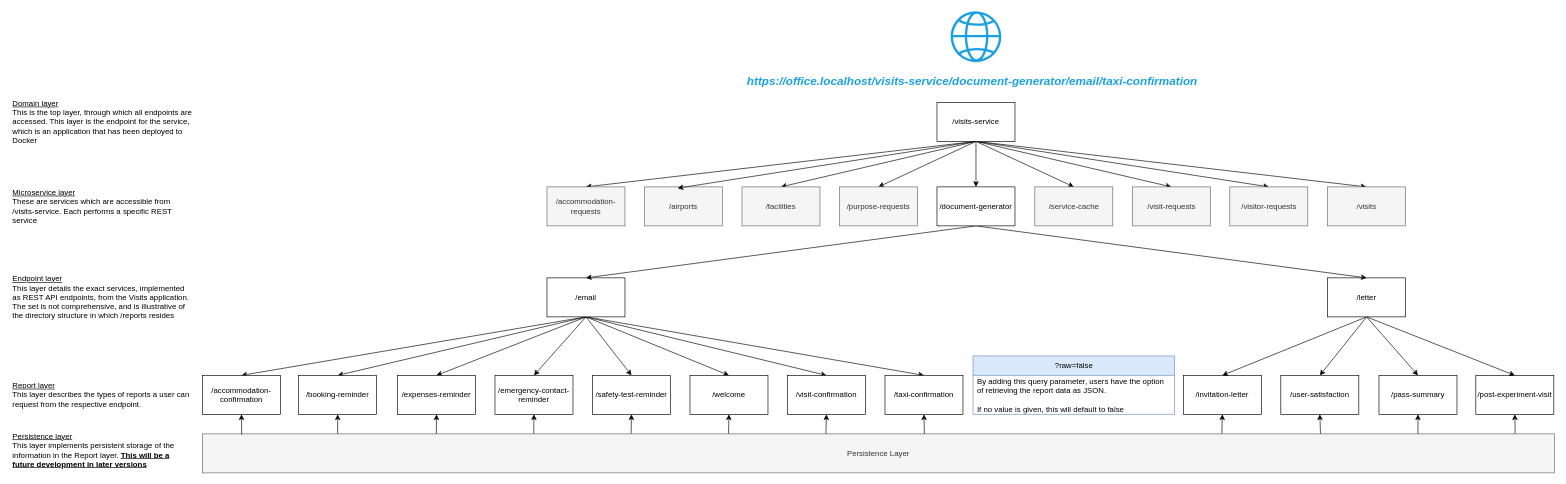
Above: Service URL hierarchy.drawio in ambolt314/FinalProjectDesign (draw.io), before the change. Source tidied: cells renumbered, new cells numbered last; positions are measured from the earlier drawing's top-left corner, leaving out a move shared by most shapes. Both pictures are drawn from the tidied source at 65%, with x=0, y=0 at pixel (11, 11).
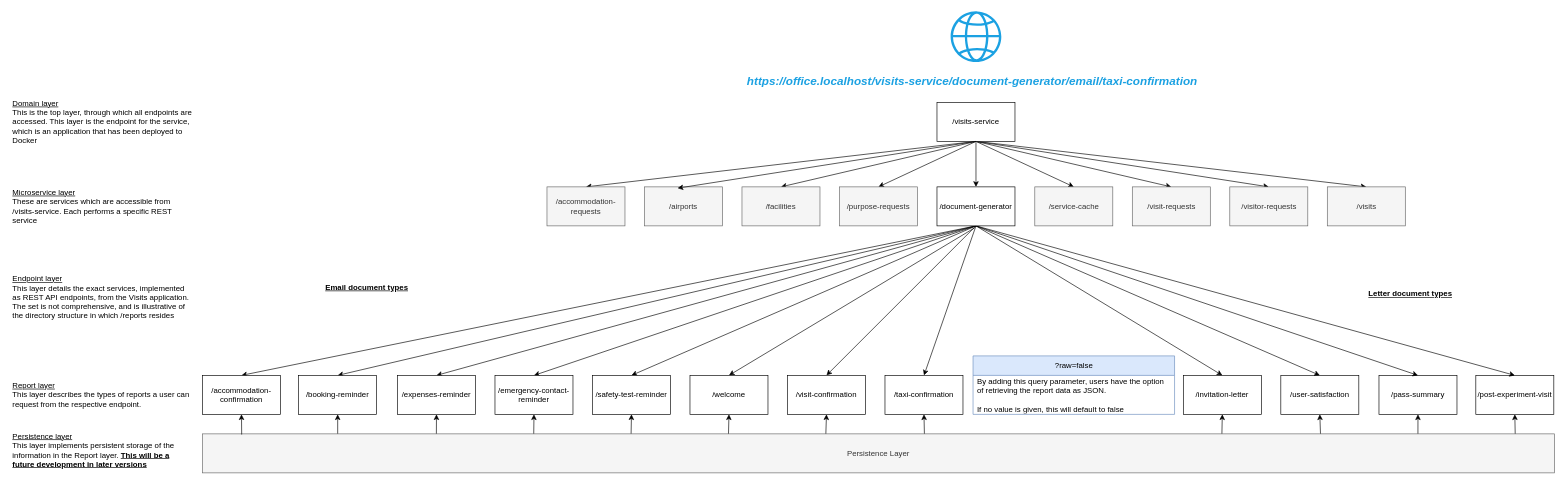
After the change.

Commit message:
Removed intermediate layer

Unchanged cells that the change refers to:
```xml
<mxCell id="21" value="/visit-confirmation" style="rounded=0;whiteSpace=wrap;html=1;" parent="1" vertex="1">
  <mxGeometry x="1194" y="560" width="120" height="60" as="geometry" />
</mxCell>
<mxCell id="29" value="/taxi-confirmation" style="rounded=0;whiteSpace=wrap;html=1;" parent="1" vertex="1">
  <mxGeometry x="1344" y="560" width="120" height="60" as="geometry" />
</mxCell>
<mxCell id="30" value="/booking-reminder" style="rounded=0;whiteSpace=wrap;html=1;" parent="1" vertex="1">
  <mxGeometry x="442" y="560" width="120" height="60" as="geometry" />
</mxCell>
<mxCell id="33" value="/accommodation-confirmation" style="rounded=0;whiteSpace=wrap;html=1;" parent="1" vertex="1">
  <mxGeometry x="294" y="560" width="120" height="60" as="geometry" />
</mxCell>
<mxCell id="36" value="/expenses-reminder" style="rounded=0;whiteSpace=wrap;html=1;" parent="1" vertex="1">
  <mxGeometry x="594" y="560" width="120" height="60" as="geometry" />
</mxCell>
<mxCell id="37" value="/invitation-letter" style="rounded=0;whiteSpace=wrap;html=1;" parent="1" vertex="1">
  <mxGeometry x="1803" y="560" width="120" height="60" as="geometry" />
</mxCell>
<mxCell id="38" value="/pass-summary" style="rounded=0;whiteSpace=wrap;html=1;" parent="1" vertex="1">
  <mxGeometry x="2104" y="560" width="120" height="60" as="geometry" />
</mxCell>
<mxCell id="39" value="/post-experiment-visit" style="rounded=0;whiteSpace=wrap;html=1;" parent="1" vertex="1">
  <mxGeometry x="2253" y="560" width="120" height="60" as="geometry" />
</mxCell>
<mxCell id="40" value="/safety-test-reminder" style="rounded=0;whiteSpace=wrap;html=1;" parent="1" vertex="1">
  <mxGeometry x="894" y="560" width="120" height="60" as="geometry" />
</mxCell>
<mxCell id="41" value="/emergency-contact-reminder" style="rounded=0;whiteSpace=wrap;html=1;" parent="1" vertex="1">
  <mxGeometry x="744" y="560" width="120" height="60" as="geometry" />
</mxCell>
<mxCell id="42" value="/user-satisfaction" style="rounded=0;whiteSpace=wrap;html=1;" parent="1" vertex="1">
  <mxGeometry x="1953" y="560" width="120" height="60" as="geometry" />
</mxCell>
<mxCell id="43" value="/welcome" style="rounded=0;whiteSpace=wrap;html=1;" parent="1" vertex="1">
  <mxGeometry x="1044" y="560" width="120" height="60" as="geometry" />
</mxCell>
<mxCell id="52" value="&lt;div&gt;/document-generator&lt;/div&gt;" style="rounded=0;whiteSpace=wrap;html=1;" parent="1" vertex="1">
  <mxGeometry x="1424" y="270" width="120" height="60" as="geometry" />
</mxCell>
```

Diff of the diagram source:
```diff
@@
-    <mxCell id="12" style="edgeStyle=none;rounded=0;jettySize=auto;html=1;entryX=0.5;entryY=0;entryDx=0;entryDy=0;exitX=0.5;exitY=1;exitDx=0;exitDy=0;" parent="1" edge="1" source="20" target="33">
+    <mxCell id="12" style="edgeStyle=none;rounded=0;jettySize=auto;html=1;entryX=0.5;entryY=0;entryDx=0;entryDy=0;exitX=0.5;exitY=1;exitDx=0;exitDy=0;" parent="1" edge="1" source="52" target="33">
       <mxGeometry relative="1" as="geometry" />
     </mxCell>
-    <mxCell id="13" style="edgeStyle=none;rounded=0;jettySize=auto;html=1;entryX=0.5;entryY=0;entryDx=0;entryDy=0;exitX=0.5;exitY=1;exitDx=0;exitDy=0;" parent="1" edge="1" source="20" target="30">
+    <mxCell id="13" style="edgeStyle=none;rounded=0;jettySize=auto;html=1;entryX=0.5;entryY=0;entryDx=0;entryDy=0;exitX=0.5;exitY=1;exitDx=0;exitDy=0;" parent="1" edge="1" source="52" target="30">
       <mxGeometry relative="1" as="geometry" />
     </mxCell>
-    <mxCell id="14" style="edgeStyle=none;rounded=0;jettySize=auto;html=1;entryX=0.5;entryY=0;entryDx=0;entryDy=0;exitX=0.5;exitY=1;exitDx=0;exitDy=0;" parent="1" edge="1" source="20" target="36">
+    <mxCell id="14" style="edgeStyle=none;rounded=0;jettySize=auto;html=1;entryX=0.5;entryY=0;entryDx=0;entryDy=0;exitX=0.5;exitY=1;exitDx=0;exitDy=0;" parent="1" edge="1" source="52" target="36">
       <mxGeometry relative="1" as="geometry" />
     </mxCell>
-    <mxCell id="15" style="edgeStyle=none;rounded=0;jettySize=auto;html=1;entryX=0.5;entryY=0;entryDx=0;entryDy=0;exitX=0.5;exitY=1;exitDx=0;exitDy=0;" parent="1" edge="1" source="20" target="41">
+    <mxCell id="15" style="edgeStyle=none;rounded=0;jettySize=auto;html=1;entryX=0.5;entryY=0;entryDx=0;entryDy=0;exitX=0.5;exitY=1;exitDx=0;exitDy=0;" parent="1" edge="1" source="52" target="41">
       <mxGeometry relative="1" as="geometry" />
     </mxCell>
-    <mxCell id="16" style="edgeStyle=none;rounded=0;jettySize=auto;html=1;entryX=0.5;entryY=0;entryDx=0;entryDy=0;exitX=0.5;exitY=1;exitDx=0;exitDy=0;" parent="1" edge="1" source="20" target="40">
+    <mxCell id="16" style="edgeStyle=none;rounded=0;jettySize=auto;html=1;entryX=0.5;entryY=0;entryDx=0;entryDy=0;exitX=0.5;exitY=1;exitDx=0;exitDy=0;" parent="1" edge="1" source="52" target="40">
       <mxGeometry relative="1" as="geometry" />
     </mxCell>
-    <mxCell id="17" style="edgeStyle=none;rounded=0;jettySize=auto;html=1;entryX=0.5;entryY=0;entryDx=0;entryDy=0;exitX=0.5;exitY=1;exitDx=0;exitDy=0;" parent="1" edge="1" source="20" target="43">
-      <mxGeometry relative="1" as="geometry" />
+    <mxCell id="17" style="edgeStyle=none;rounded=0;jettySize=auto;html=1;entryX=0.5;entryY=0;entryDx=0;entryDy=0;" parent="1" edge="1" target="43">
+      <mxGeometry relative="1" as="geometry">
+        <mxPoint x="1482" y="333" as="sourcePoint" />
+      </mxGeometry>
     </mxCell>
-    <mxCell id="18" style="edgeStyle=none;rounded=0;jettySize=auto;html=1;entryX=0.5;entryY=0;entryDx=0;entryDy=0;exitX=0.5;exitY=1;exitDx=0;exitDy=0;" parent="1" edge="1" source="20" target="21">
+    <mxCell id="18" style="edgeStyle=none;rounded=0;jettySize=auto;html=1;entryX=0.5;entryY=0;entryDx=0;entryDy=0;exitX=0.5;exitY=1;exitDx=0;exitDy=0;" parent="1" edge="1" source="52" target="21">
       <mxGeometry relative="1" as="geometry" />
     </mxCell>
-    <mxCell id="19" style="edgeStyle=none;rounded=0;jettySize=auto;html=1;entryX=0.5;entryY=0;entryDx=0;entryDy=0;exitX=0.5;exitY=1;exitDx=0;exitDy=0;" parent="1" edge="1" source="20" target="29">
+    <mxCell id="19" style="edgeStyle=none;rounded=0;jettySize=auto;html=1;entryX=0.5;entryY=0;entryDx=0;entryDy=0;exitX=0.5;exitY=1;exitDx=0;exitDy=0;" parent="1" edge="1" source="52" target="29">
       <mxGeometry relative="1" as="geometry" />
     </mxCell>
-    <mxCell id="20" value="/email" style="rounded=0;whiteSpace=wrap;html=1;" parent="1" vertex="1">
-      <mxGeometry x="824" y="410" width="120" height="60" as="geometry" />
-    </mxCell>
@@
-    <mxCell id="45" style="edgeStyle=none;rounded=0;jettySize=auto;html=1;entryX=0.5;entryY=0;entryDx=0;entryDy=0;exitX=0.5;exitY=1;exitDx=0;exitDy=0;" parent="1" edge="1" source="49" target="39">
+    <mxCell id="45" style="edgeStyle=none;rounded=0;jettySize=auto;html=1;entryX=0.5;entryY=0;entryDx=0;entryDy=0;exitX=0.5;exitY=1;exitDx=0;exitDy=0;" parent="1" edge="1" source="52" target="39">
       <mxGeometry relative="1" as="geometry" />
     </mxCell>
-    <mxCell id="46" style="edgeStyle=none;rounded=0;jettySize=auto;html=1;entryX=0.5;entryY=0;entryDx=0;entryDy=0;exitX=0.5;exitY=1;exitDx=0;exitDy=0;" parent="1" edge="1" source="49" target="37">
+    <mxCell id="46" style="edgeStyle=none;rounded=0;jettySize=auto;html=1;entryX=0.5;entryY=0;entryDx=0;entryDy=0;exitX=0.5;exitY=1;exitDx=0;exitDy=0;" parent="1" edge="1" source="52" target="37">
       <mxGeometry relative="1" as="geometry" />
     </mxCell>
-    <mxCell id="47" style="edgeStyle=none;rounded=0;jettySize=auto;html=1;entryX=0.5;entryY=0;entryDx=0;entryDy=0;exitX=0.5;exitY=1;exitDx=0;exitDy=0;" parent="1" edge="1" source="49" target="42">
+    <mxCell id="47" style="edgeStyle=none;rounded=0;jettySize=auto;html=1;entryX=0.5;entryY=0;entryDx=0;entryDy=0;exitX=0.5;exitY=1;exitDx=0;exitDy=0;" parent="1" edge="1" source="52" target="42">
       <mxGeometry relative="1" as="geometry" />
     </mxCell>
-    <mxCell id="48" style="edgeStyle=none;rounded=0;jettySize=auto;html=1;entryX=0.5;entryY=0;entryDx=0;entryDy=0;exitX=0.5;exitY=1;exitDx=0;exitDy=0;" parent="1" edge="1" source="49" target="38">
+    <mxCell id="48" style="edgeStyle=none;rounded=0;jettySize=auto;html=1;entryX=0.5;entryY=0;entryDx=0;entryDy=0;exitX=0.5;exitY=1;exitDx=0;exitDy=0;" parent="1" edge="1" source="52" target="38">
       <mxGeometry relative="1" as="geometry" />
     </mxCell>
-    <mxCell id="49" value="&lt;div&gt;/letter&lt;/div&gt;" style="rounded=0;whiteSpace=wrap;html=1;" parent="1" vertex="1">
-      <mxGeometry x="2025" y="410" width="120" height="60" as="geometry" />
-    </mxCell>
-    <mxCell id="50" style="edgeStyle=none;rounded=0;jettySize=auto;html=1;entryX=0.5;entryY=0;entryDx=0;entryDy=0;exitX=0.5;exitY=1;exitDx=0;exitDy=0;" parent="1" edge="1" source="52" target="20">
-      <mxGeometry relative="1" as="geometry" />
-    </mxCell>
-    <mxCell id="51" style="edgeStyle=none;rounded=0;jettySize=auto;html=1;entryX=0.5;entryY=0;entryDx=0;entryDy=0;exitX=0.5;exitY=1;exitDx=0;exitDy=0;" parent="1" edge="1" source="52" target="49">
-      <mxGeometry relative="1" as="geometry" />
-    </mxCell>
@@
+    <mxCell id="71" value="&lt;b&gt;&lt;u&gt;Email document types&lt;/u&gt;&lt;/b&gt;" style="text;html=1;align=center;verticalAlign=middle;whiteSpace=wrap;rounded=0;" parent="1" vertex="1">
+      <mxGeometry x="482" y="410" width="130" height="30" as="geometry" />
+    </mxCell>
+    <mxCell id="72" value="&lt;b&gt;&lt;u&gt;Letter document types&lt;/u&gt;&lt;/b&gt;" style="text;html=1;align=center;verticalAlign=middle;whiteSpace=wrap;rounded=0;" parent="1" vertex="1">
+      <mxGeometry x="2063" y="420" width="179" height="30" as="geometry" />
+    </mxCell>
```
